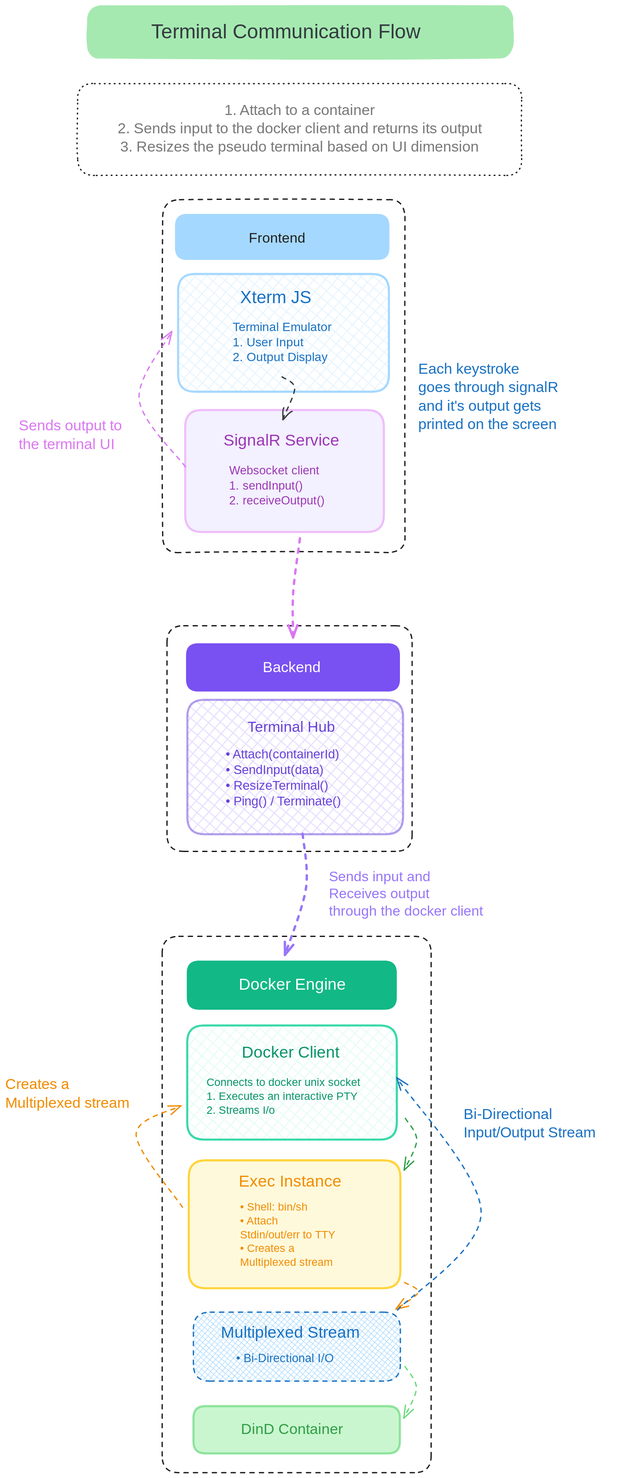
Above: public/terminal-communication-mobile.svg in hishaam08/dock8s-fe (Excalidraw), before the change. Source tidied: one line per element, renumbered; positions are measured from the earlier drawing's top-left corner, leaving out a move shared by most shapes.
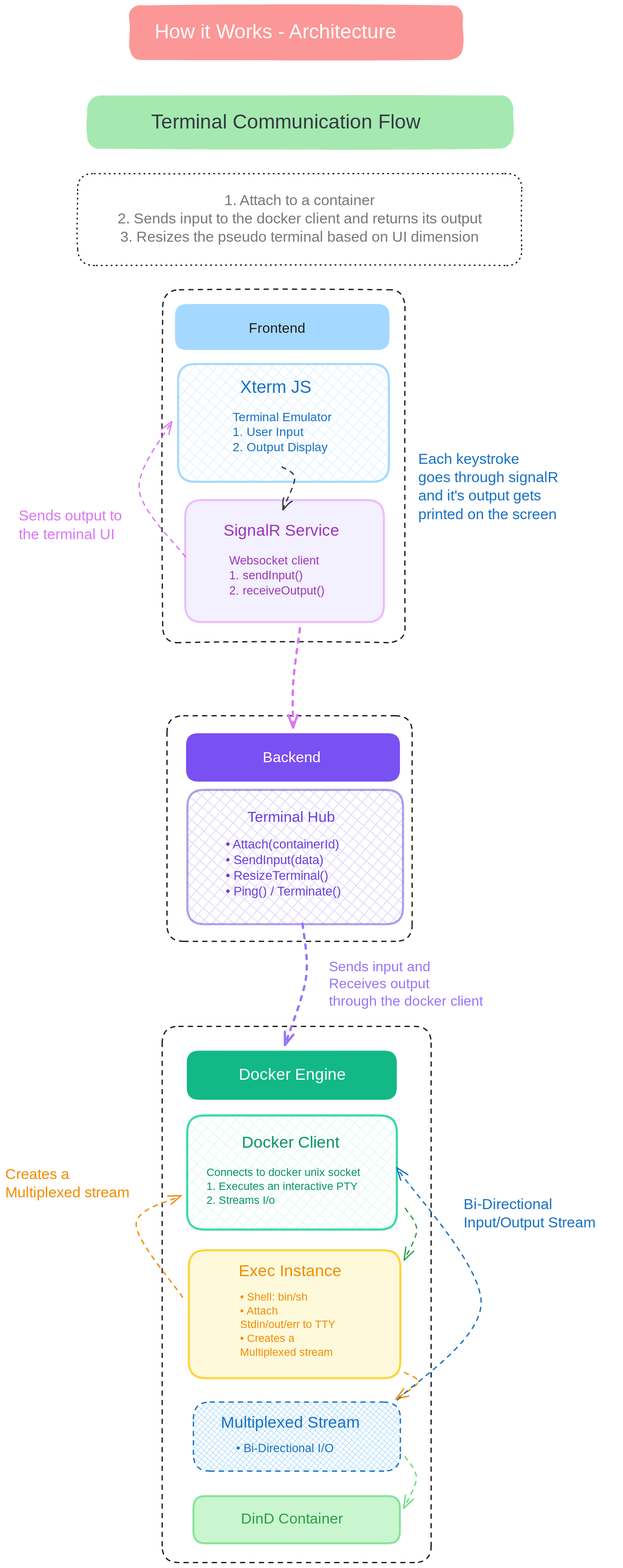
The same diagram one commit later.

The edit, as a diff of the source:
```diff
@@ -46,3 +46,5 @@
 {"id": 45, "type": "text", "text": "1. Attach to a container\n2. Sends input to the docker client and returns its output\n3. Resizes the pseudo terminal based on UI dimension", "strokeColor": "#1e1e1e", "backgroundColor": "#ffc9c9", "fillStyle": "cross-hatch", "strokeWidth": 2, "strokeStyle": "dotted", "roughness": 0, "opacity": 60, "fontSize": 28, "fontFamily": 5, "textAlign": "center", "verticalAlign": "middle", "inside": 44, "x": 161, "y": 185, "width": 804, "height": 105}
 {"id": 46, "type": "rectangle", "strokeColor": "transparent", "backgroundColor": "#69db7c", "fillStyle": "solid", "strokeWidth": 2, "strokeStyle": "dashed", "roughness": 1, "opacity": 60, "round": true, "x": 156, "y": 0, "width": 814, "height": 102}
 {"id": 47, "type": "text", "text": "Terminal Communication Flow", "strokeColor": "#343a40", "strokeWidth": 2, "strokeStyle": "dotted", "roughness": 1, "fontSize": 38.65, "fontFamily": 5, "x": 279, "y": 29, "width": 534, "height": 48}
+{"id": 48, "type": "rectangle", "strokeColor": "transparent", "backgroundColor": "#fa5252", "fillStyle": "solid", "strokeWidth": 2, "strokeStyle": "dashed", "roughness": 1, "opacity": 60, "round": true, "x": 237, "y": -172, "width": 638, "height": 104}
+{"id": 49, "type": "text", "text": "How it Works - Architecture", "strokeColor": "#ffffff", "strokeWidth": 2, "strokeStyle": "dotted", "roughness": 1, "fontSize": 38.65, "fontFamily": 5, "x": 285, "y": -143, "width": 523, "height": 48}
```
